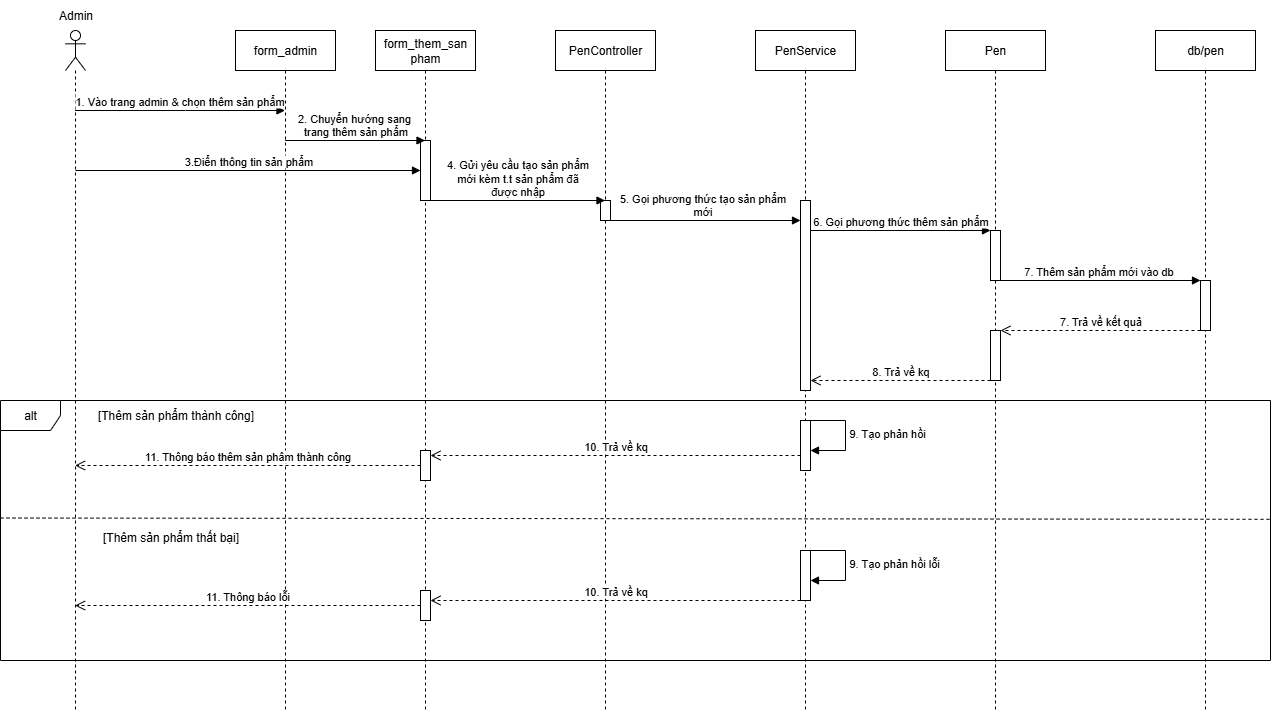
huyga1185/but keeps this draw.io diagram as themsp_sequence.drawio.png. Above is the earlier version. Source tidied: cells renumbered, new cells last; positions are measured from the earlier drawing's top-left corner, leaving out a move shared by most shapes.
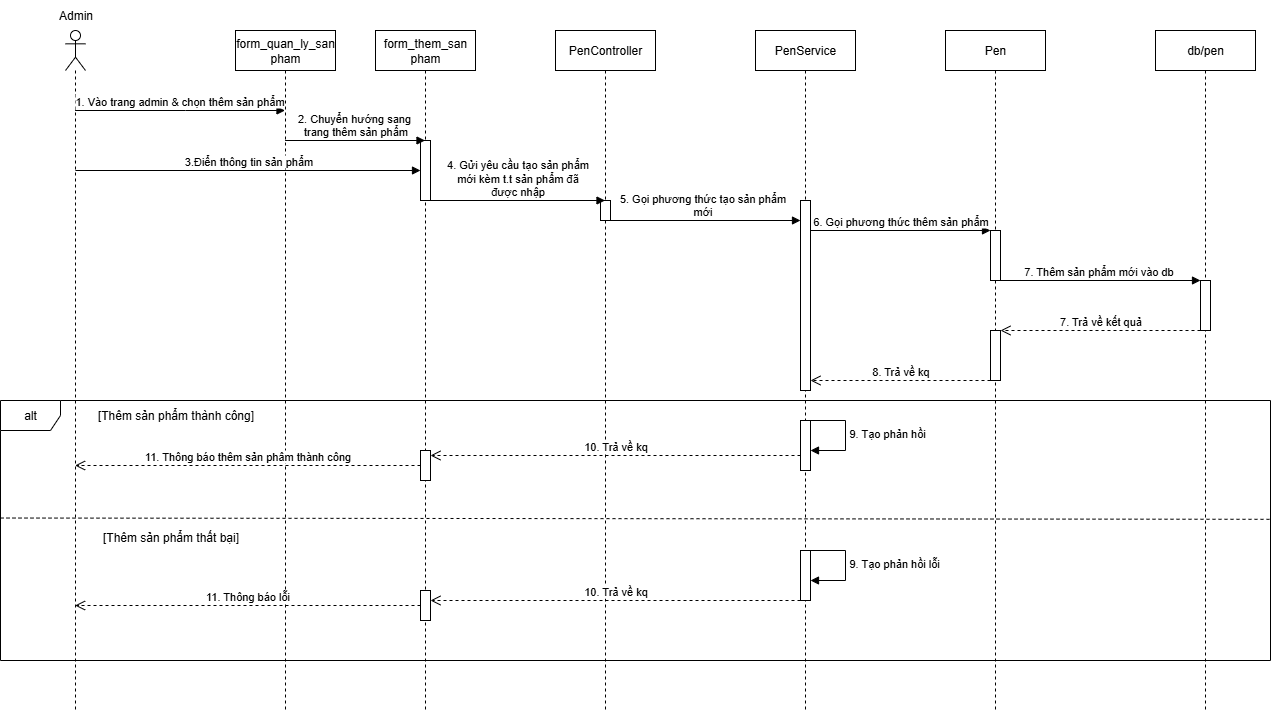
Later version of the same file.

What changed in the source:
```diff
@@ -54,7 +54,7 @@
         <mxPoint x="604.5" y="200" as="targetPoint" />
       </mxGeometry>
     </mxCell>
-    <mxCell id="17" value="form_admin" style="shape=umlLifeline;perimeter=lifelinePerimeter;whiteSpace=wrap;html=1;outlineConnect=0;portConstraint=eastwest;newEdgeStyle={&quot;curved&quot;:0,&quot;rounded&quot;:0};" parent="1" vertex="1">
+    <mxCell id="17" value="form_quan_ly_san&lt;br&gt;pham" style="shape=umlLifeline;perimeter=lifelinePerimeter;whiteSpace=wrap;html=1;outlineConnect=0;portConstraint=eastwest;newEdgeStyle={&quot;curved&quot;:0,&quot;rounded&quot;:0};" parent="1" vertex="1">
       <mxGeometry x="235" y="30" width="100" height="680" as="geometry" />
     </mxCell>
     <mxCell id="18" value="2. Chuyển hướng sang&amp;nbsp;&lt;br&gt;trang thêm sản phẩm" style="html=1;verticalAlign=bottom;endArrow=block;curved=0;rounded=0;" parent="1" edge="1" source="17">
```
